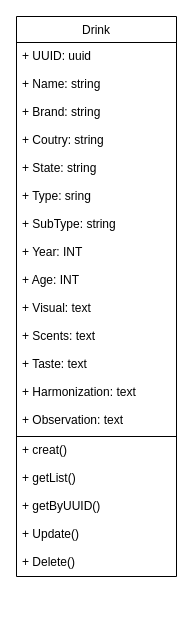
This is diagrama-de-classes.drawio from JoaoSironi/QRCodeDrinks, a draw.io file, before an edit. Source tidied: cells renumbered, new cells numbered last; positions are measured from the earlier drawing's top-left corner, leaving out a move shared by most shapes. Both pictures are drawn from the tidied source at 100%, with x=0, y=0 at pixel (16, 16).
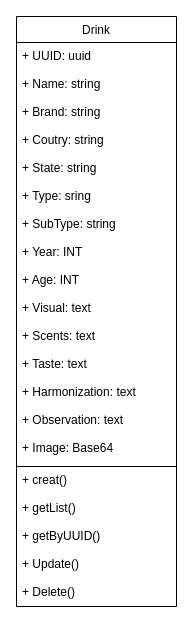
The same diagram, later.

What changed in the source:
```diff
@@
 <mxGraphModel>
   <root>
     <mxCell id="0" />
     <mxCell id="1" parent="0" />
     <mxCell id="2" value="Drink" style="swimlane;fontStyle=0;horizontal=1;startSize=26;fillColor=none;" parent="1" vertex="1">
-      <mxGeometry width="160" height="560" as="geometry" />
+      <mxGeometry width="160" height="590" as="geometry" />
     </mxCell>
-    <mxCell id="3" value="+ UUID: uuid&#10;&#10;+ Name: string&#10;&#10;+ Brand: string&#10;&#10;+ Coutry: string&#10;&#10;+ State: string&#10;&#10;+ Type: sring&#10;&#10;+ SubType: string&#10;&#10;+ Year: INT&#10;&#10;+ Age: INT&#10;&#10;+ Visual: text&#10;&#10;+ Scents: text&#10;&#10;+ Taste: text&#10;&#10;+ Harmonization: text&#10;&#10;+ Observation: text" style="text;strokeColor=default;fillColor=none;align=left;verticalAlign=top;spacingLeft=4;spacingRight=4;overflow=hidden;rounded=0;" parent="2" vertex="1">
-      <mxGeometry y="26" width="160" height="394" as="geometry" />
+    <mxCell id="3" value="+ UUID: uuid&#10;&#10;+ Name: string&#10;&#10;+ Brand: string&#10;&#10;+ Coutry: string&#10;&#10;+ State: string&#10;&#10;+ Type: sring&#10;&#10;+ SubType: string&#10;&#10;+ Year: INT&#10;&#10;+ Age: INT&#10;&#10;+ Visual: text&#10;&#10;+ Scents: text&#10;&#10;+ Taste: text&#10;&#10;+ Harmonization: text&#10;&#10;+ Observation: text&#10;&#10;+ Image: Base64" style="text;strokeColor=default;fillColor=none;align=left;verticalAlign=top;spacingLeft=4;spacingRight=4;overflow=hidden;rounded=0;" parent="2" vertex="1">
+      <mxGeometry y="26" width="160" height="424" as="geometry" />
     </mxCell>
     <mxCell id="4" value="+ creat()&#10;&#10;+ getList()&#10;&#10;+ getByUUID()&#10;&#10;+ Update()&#10;&#10;+ Delete()" style="text;strokeColor=none;fillColor=none;align=left;verticalAlign=top;spacingLeft=4;spacingRight=4;overflow=hidden;" parent="2" vertex="1">
-      <mxGeometry y="420" width="160" height="140" as="geometry" />
+      <mxGeometry y="450" width="160" height="140" as="geometry" />
     </mxCell>
   </root>
 </mxGraphModel>
```
